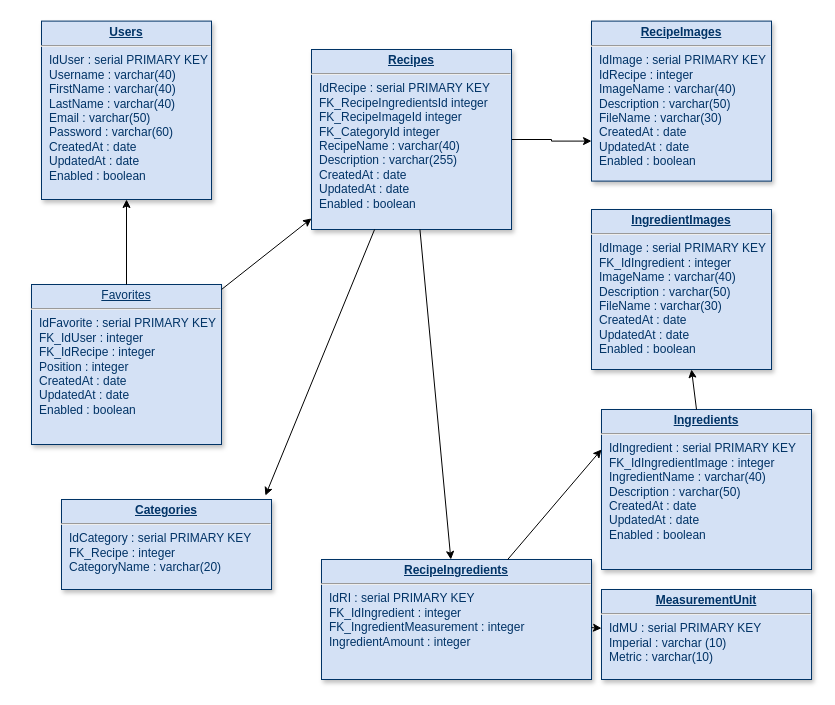
paraguin271828/react-cookbook keeps this draw.io diagram as Database.drawio. Above is the earlier version. Source tidied: cells renumbered, new cells numbered last; positions are measured from the earlier drawing's top-left corner, leaving out a move shared by most shapes. Both pictures are drawn from the tidied source at 100%, with x=0, y=0 at pixel (31, 21).
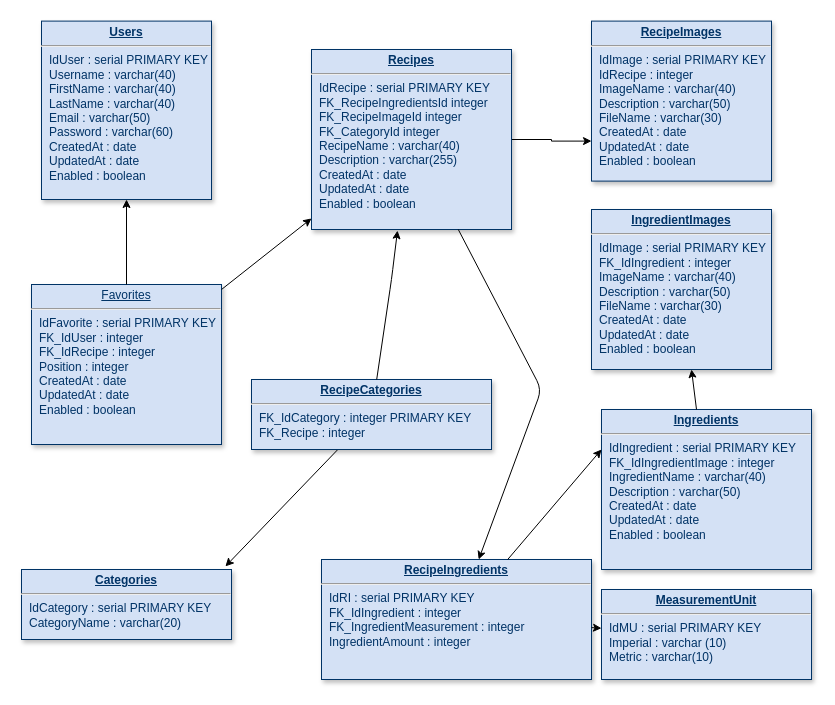
The same page after the edit.

Unchanged cells that the change refers to:
```xml
<mxCell id="3" value="&lt;p style=&quot;margin: 0px ; margin-top: 4px ; text-align: center ; text-decoration: underline&quot;&gt;&lt;strong&gt;Recipes&lt;/strong&gt;&lt;/p&gt;&lt;hr&gt;&lt;p style=&quot;margin: 0px ; margin-left: 8px&quot;&gt;IdRecipe : serial PRIMARY KEY&lt;/p&gt;&lt;p style=&quot;margin: 0px ; margin-left: 8px&quot;&gt;FK_RecipeIngredientsId integer&lt;/p&gt;&lt;p style=&quot;margin: 0px ; margin-left: 8px&quot;&gt;FK_RecipeImageId integer&lt;/p&gt;&lt;p style=&quot;margin: 0px ; margin-left: 8px&quot;&gt;FK_CategoryId integer&lt;br&gt;&lt;/p&gt;&lt;p style=&quot;margin: 0px ; margin-left: 8px&quot;&gt;RecipeName : varchar(40)&lt;br&gt;&lt;/p&gt;&lt;p style=&quot;margin: 0px ; margin-left: 8px&quot;&gt;Description : varchar(255)&lt;/p&gt;&lt;p style=&quot;margin: 0px ; margin-left: 8px&quot;&gt;CreatedAt : date&lt;br&gt;&lt;/p&gt;&lt;p style=&quot;margin: 0px ; margin-left: 8px&quot;&gt;UpdatedAt : date&lt;br&gt;&lt;/p&gt;&lt;p style=&quot;margin: 0px ; margin-left: 8px&quot;&gt;Enabled : boolean&lt;br&gt;&lt;/p&gt;" style="verticalAlign=top;align=left;overflow=fill;fontSize=12;fontFamily=Helvetica;html=1;strokeColor=#003366;shadow=1;fillColor=#D4E1F5;fontColor=#003366;" parent="1" vertex="1">
  <mxGeometry x="280" y="28" width="200" height="180" as="geometry" />
</mxCell>
<mxCell id="7" value="&lt;p style=&quot;margin: 0px ; margin-top: 4px ; text-align: center ; text-decoration: underline&quot;&gt;&lt;strong&gt;RecipeIngredients&lt;/strong&gt;&lt;/p&gt;&lt;hr&gt;&lt;p style=&quot;margin: 0px ; margin-left: 8px&quot;&gt;IdRI : serial PRIMARY KEY&lt;/p&gt;&lt;p style=&quot;margin: 0px ; margin-left: 8px&quot;&gt;FK_IdIngredient : integer&lt;/p&gt;&lt;p style=&quot;margin: 0px ; margin-left: 8px&quot;&gt;FK_IngredientMeasurement : integer&lt;/p&gt;&lt;p style=&quot;margin: 0px ; margin-left: 8px&quot;&gt;IngredientAmount : integer&lt;br&gt;&lt;/p&gt;" style="verticalAlign=top;align=left;overflow=fill;fontSize=12;fontFamily=Helvetica;html=1;strokeColor=#003366;shadow=1;fillColor=#D4E1F5;fontColor=#003366;" parent="1" vertex="1">
  <mxGeometry x="290" y="538" width="270" height="120" as="geometry" />
</mxCell>
```

The edit, as a diff of the source:
```diff
@@
     <mxCell id="15" style="endArrow=classic;html=1;" parent="1" edge="1" source="3" target="7">
-      <mxGeometry relative="1" as="geometry" />
+      <mxGeometry relative="1" as="geometry">
+        <Array as="points">
+          <mxPoint x="510" y="368" />
+        </Array>
+      </mxGeometry>
     </mxCell>
@@
-    <mxCell id="17" value="&lt;p style=&quot;margin: 0px ; margin-top: 4px ; text-align: center ; text-decoration: underline&quot;&gt;&lt;strong&gt;Categories&lt;/strong&gt;&lt;/p&gt;&lt;hr&gt;&lt;p style=&quot;margin: 0px ; margin-left: 8px&quot;&gt;IdCategory : serial PRIMARY KEY&lt;/p&gt;&lt;p style=&quot;margin: 0px ; margin-left: 8px&quot;&gt;FK_Recipe : integer&lt;/p&gt;&lt;p style=&quot;margin: 0px ; margin-left: 8px&quot;&gt;CategoryName : varchar(20)&lt;br&gt;&lt;/p&gt;" style="verticalAlign=top;align=left;overflow=fill;fontSize=12;fontFamily=Helvetica;html=1;strokeColor=#003366;shadow=1;fillColor=#D4E1F5;fontColor=#003366;" parent="1" vertex="1">
-      <mxGeometry x="30" y="478" width="210" height="90" as="geometry" />
+    <mxCell id="17" value="&lt;p style=&quot;margin: 0px ; margin-top: 4px ; text-align: center ; text-decoration: underline&quot;&gt;&lt;strong&gt;Categories&lt;/strong&gt;&lt;/p&gt;&lt;hr&gt;&lt;p style=&quot;margin: 0px ; margin-left: 8px&quot;&gt;IdCategory : serial PRIMARY KEY&lt;/p&gt;&lt;p style=&quot;margin: 0px ; margin-left: 8px&quot;&gt;CategoryName : varchar(20)&lt;br&gt;&lt;/p&gt;" style="verticalAlign=top;align=left;overflow=fill;fontSize=12;fontFamily=Helvetica;html=1;strokeColor=#003366;shadow=1;fillColor=#D4E1F5;fontColor=#003366;" parent="1" vertex="1">
+      <mxGeometry x="-10" y="548" width="210" height="70" as="geometry" />
     </mxCell>
-    <mxCell id="18" style="endArrow=classic;html=1;entryX=0.971;entryY=-0.044;entryDx=0;entryDy=0;entryPerimeter=0;" parent="1" edge="1" source="3" target="17">
+    <mxCell id="18" style="endArrow=classic;html=1;entryX=0.971;entryY=-0.044;entryDx=0;entryDy=0;entryPerimeter=0;" parent="1" edge="1" source="19" target="17">
       <mxGeometry relative="1" as="geometry" />
     </mxCell>
+    <mxCell id="19" value="&lt;p style=&quot;margin: 0px ; margin-top: 4px ; text-align: center ; text-decoration: underline&quot;&gt;&lt;strong&gt;RecipeCategories&lt;/strong&gt;&lt;/p&gt;&lt;hr&gt;&lt;p style=&quot;margin: 0px ; margin-left: 8px&quot;&gt;FK_IdCategory : integer PRIMARY KEY&lt;/p&gt;&lt;p style=&quot;margin: 0px ; margin-left: 8px&quot;&gt;FK_Recipe : integer&lt;/p&gt;" style="verticalAlign=top;align=left;overflow=fill;fontSize=12;fontFamily=Helvetica;html=1;strokeColor=#003366;shadow=1;fillColor=#D4E1F5;fontColor=#003366;" parent="1" vertex="1">
+      <mxGeometry x="220" y="358" width="240" height="70" as="geometry" />
+    </mxCell>
+    <mxCell id="20" style="endArrow=classic;html=1;entryX=0.43;entryY=1.006;entryDx=0;entryDy=0;entryPerimeter=0;" parent="1" edge="1" source="19" target="3">
+      <mxGeometry relative="1" as="geometry">
+        <Array as="points">
+          <mxPoint x="360" y="258" />
+        </Array>
+      </mxGeometry>
+    </mxCell>
```
